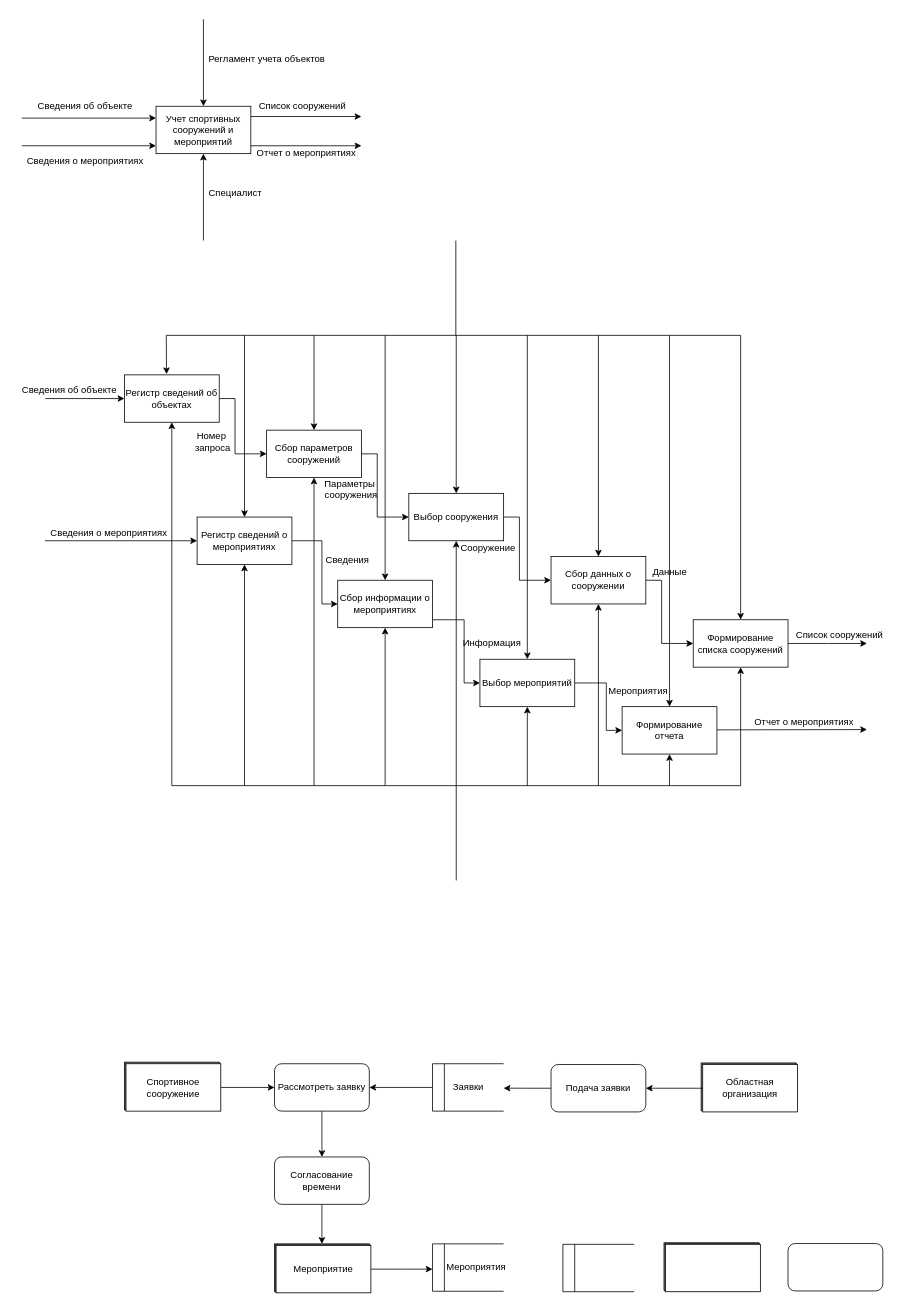
Before: Untitled Diagram.drawio in RGNGIT/DBStructCourse, a draw.io diagram. Source tidied: cells renumbered, new cells numbered last; positions are measured from the earlier drawing's top-left corner, leaving out a move shared by most shapes. Both pictures are drawn from the tidied source at 79%, with x=0, y=0 at pixel (13, 19).
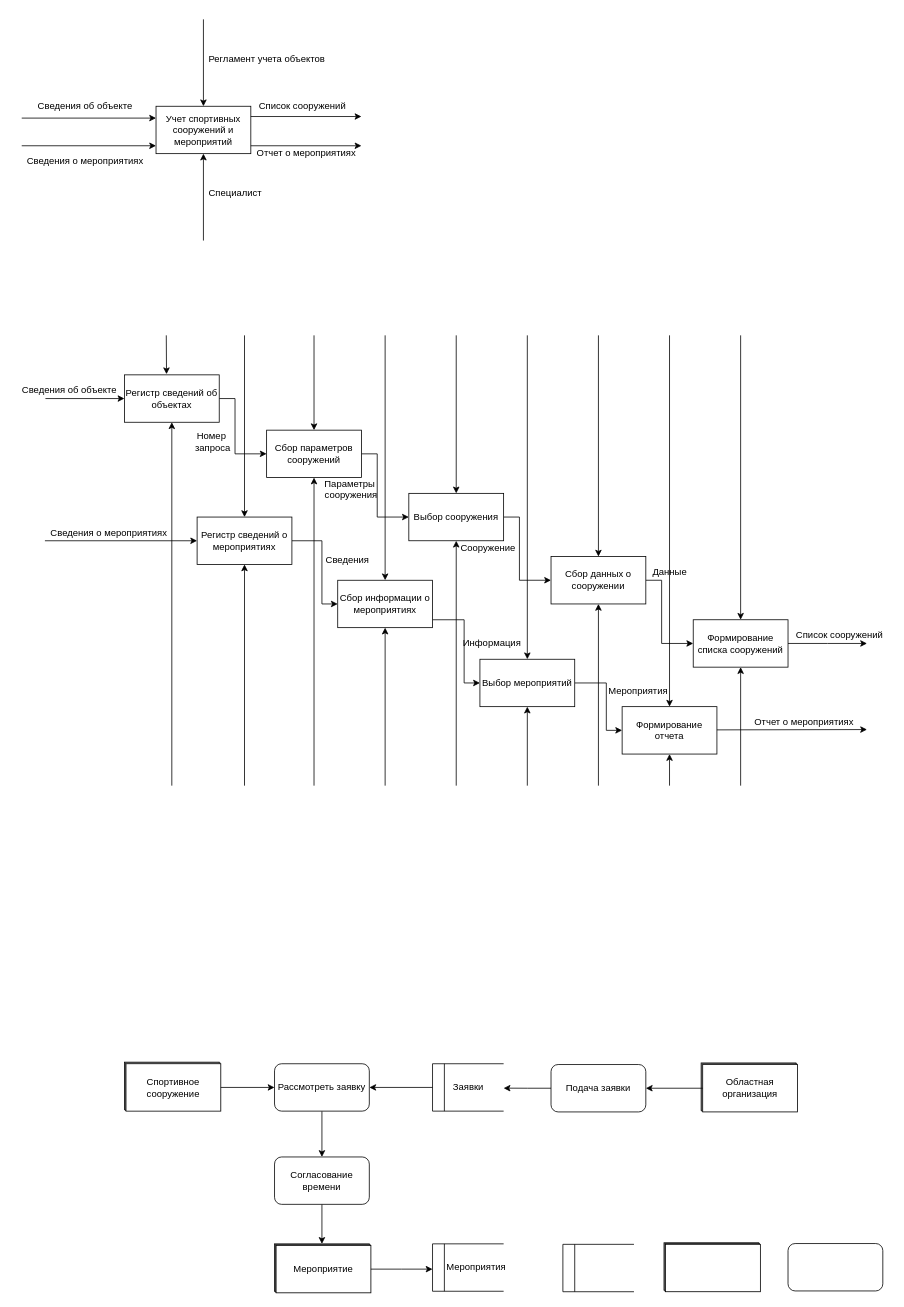
The same page after the edit.

Change to the diagram source:
```diff
@@
-    <mxCell id="28" style="endArrow=none;html=1;" parent="1" edge="1">
-      <mxGeometry relative="1" as="geometry">
-        <mxPoint x="200" y="970" as="sourcePoint" />
-        <mxPoint x="920" y="970" as="targetPoint" />
-      </mxGeometry>
-    </mxCell>
@@
-    <mxCell id="34" style="endArrow=none;html=1;" parent="1" edge="1">
-      <mxGeometry relative="1" as="geometry">
-        <mxPoint x="193" y="400" as="sourcePoint" />
-        <mxPoint x="920" y="400" as="targetPoint" />
-      </mxGeometry>
-    </mxCell>
@@
-    <mxCell id="40" style="endArrow=none;html=1;" parent="1" edge="1">
-      <mxGeometry relative="1" as="geometry">
-        <mxPoint x="560" y="1090" as="sourcePoint" />
-        <mxPoint x="560" y="970" as="targetPoint" />
-      </mxGeometry>
-    </mxCell>
-    <mxCell id="41" style="endArrow=none;html=1;" parent="1" edge="1">
-      <mxGeometry relative="1" as="geometry">
-        <mxPoint x="559.5" y="400" as="sourcePoint" />
-        <mxPoint x="559.5" y="280" as="targetPoint" />
-      </mxGeometry>
-    </mxCell>
```
